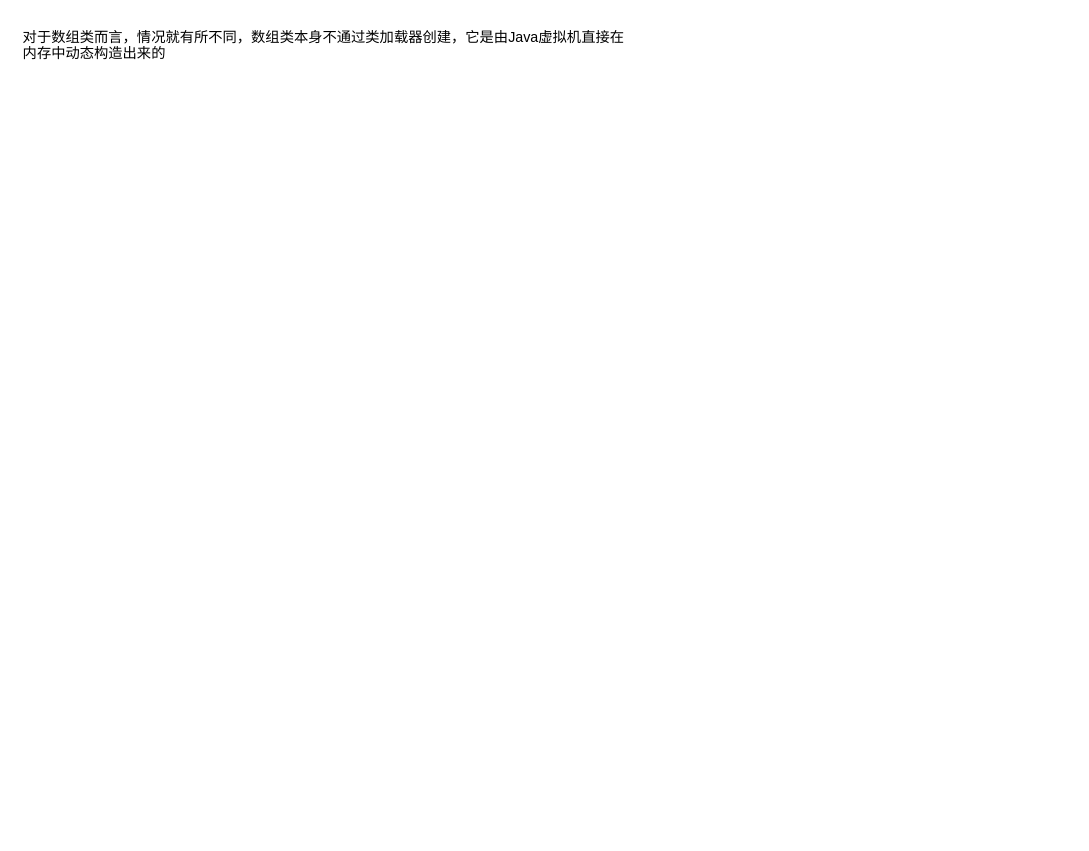
Before: 图解 Java类的加载过程/图解 Java类的加载过程.drawio in zero-97/picture-of-the-article, a draw.io diagram. Source tidied: cells renumbered, new cells numbered last; positions are measured from the earlier drawing's top-left corner, leaving out a move shared by most shapes. Both pictures are drawn from the tidied source at 119%, with x=0, y=0 at pixel (20, 20).
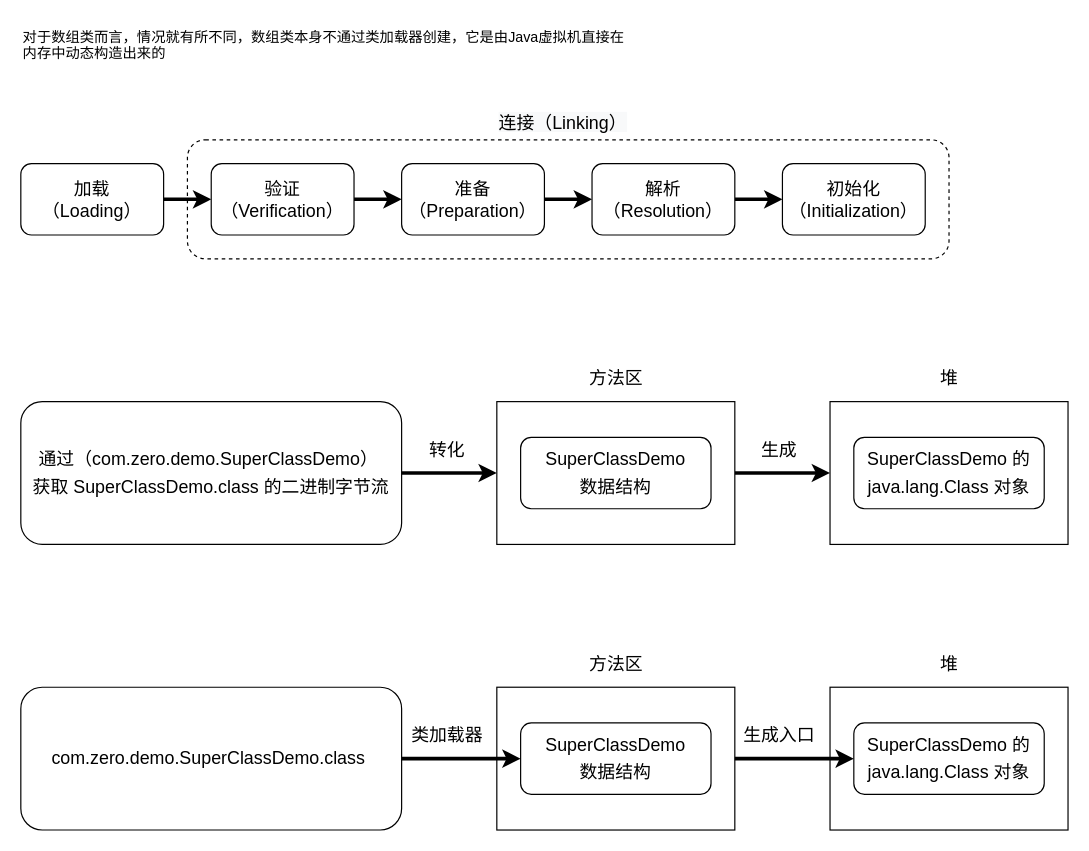
The same diagram, later.

Commit message:
Update 图解 Java类的加载过程.drawio

What changed in the source:
```diff
@@
+    <mxCell id="3" style="rounded=1;whiteSpace=wrap;html=1;fontSize=15;dashed=1;" parent="1" vertex="1">
+      <mxGeometry x="140" y="100" width="640" height="100" as="geometry" />
+    </mxCell>
@@
+    <mxCell id="4" style="edgeStyle=orthogonalEdgeStyle;rounded=0;jettySize=auto;html=1;fontSize=15;strokeWidth=3;" parent="1" edge="1" source="5" target="7">
+      <mxGeometry relative="1" as="geometry" />
+    </mxCell>
+    <mxCell id="5" value="&lt;font style=&quot;font-size: 15px&quot;&gt;加载&lt;br&gt;（Loading）&lt;/font&gt;" style="rounded=1;whiteSpace=wrap;html=1;" parent="1" vertex="1">
+      <mxGeometry y="120" width="120" height="60" as="geometry" />
+    </mxCell>
+    <mxCell id="6" style="edgeStyle=orthogonalEdgeStyle;rounded=0;jettySize=auto;html=1;fontSize=15;strokeWidth=3;" parent="1" edge="1" source="7" target="9">
+      <mxGeometry relative="1" as="geometry" />
+    </mxCell>
+    <mxCell id="7" value="&lt;font style=&quot;font-size: 15px&quot;&gt;验证&lt;br&gt;（Verification）&lt;/font&gt;" style="rounded=1;whiteSpace=wrap;html=1;" parent="1" vertex="1">
+      <mxGeometry x="160" y="120" width="120" height="60" as="geometry" />
+    </mxCell>
+    <mxCell id="8" style="edgeStyle=orthogonalEdgeStyle;rounded=0;jettySize=auto;html=1;fontSize=15;strokeWidth=3;" parent="1" edge="1" source="9" target="11">
+      <mxGeometry relative="1" as="geometry" />
+    </mxCell>
+    <mxCell id="9" value="&lt;font style=&quot;font-size: 15px&quot;&gt;准备&lt;br&gt;（Preparation）&lt;/font&gt;" style="rounded=1;whiteSpace=wrap;html=1;" parent="1" vertex="1">
+      <mxGeometry x="320" y="120" width="120" height="60" as="geometry" />
+    </mxCell>
+    <mxCell id="10" style="edgeStyle=orthogonalEdgeStyle;rounded=0;jettySize=auto;html=1;fontSize=15;strokeWidth=3;" parent="1" edge="1" source="11" target="12">
+      <mxGeometry relative="1" as="geometry" />
+    </mxCell>
+    <mxCell id="11" value="&lt;font style=&quot;font-size: 15px&quot;&gt;解析&lt;br&gt;（Resolution）&lt;/font&gt;" style="rounded=1;whiteSpace=wrap;html=1;" parent="1" vertex="1">
+      <mxGeometry x="480" y="120" width="120" height="60" as="geometry" />
+    </mxCell>
+    <mxCell id="12" value="&lt;font style=&quot;font-size: 15px&quot;&gt;初始化（Initialization）&lt;/font&gt;" style="rounded=1;whiteSpace=wrap;html=1;" parent="1" vertex="1">
+      <mxGeometry x="640" y="120" width="120" height="60" as="geometry" />
+    </mxCell>
+    <mxCell id="13" value="&lt;span style=&quot;color: rgb(0 , 0 , 0) ; font-family: &amp;#34;helvetica&amp;#34; ; font-size: 15px ; font-style: normal ; font-weight: 400 ; letter-spacing: normal ; text-align: center ; text-indent: 0px ; text-transform: none ; word-spacing: 0px ; background-color: rgb(248 , 249 , 250) ; display: inline ; float: none&quot;&gt;连接（Linking）&lt;/span&gt;" style="text;whiteSpace=wrap;html=1;fontSize=15;" parent="1" vertex="1">
+      <mxGeometry x="400" y="70" width="120" height="30" as="geometry" />
+    </mxCell>
+    <mxCell id="14" style="edgeStyle=orthogonalEdgeStyle;rounded=0;jettySize=auto;html=1;fontSize=15;strokeWidth=3;entryX=0;entryY=0.5;entryDx=0;entryDy=0;" parent="1" edge="1" source="15" target="19">
+      <mxGeometry relative="1" as="geometry" />
+    </mxCell>
+    <mxCell id="15" value="&lt;p style=&quot;line-height: 1.5&quot;&gt;通过（com.zero.demo.SuperClassDemo）&amp;nbsp;&lt;br&gt;获取 SuperClassDemo.class 的二进制字节流&lt;/p&gt;" style="rounded=1;whiteSpace=wrap;html=1;fontSize=15;verticalAlign=middle;" parent="1" vertex="1">
+      <mxGeometry y="320" width="320" height="120" as="geometry" />
+    </mxCell>
+    <mxCell id="16" value="转化" style="text;html=1;align=center;verticalAlign=middle;strokeColor=none;fillColor=none;fontSize=15;" parent="1" vertex="1">
+      <mxGeometry x="333" y="350" width="50" height="20" as="geometry" />
+    </mxCell>
+    <mxCell id="17" value="方法区" style="text;html=1;align=center;verticalAlign=middle;strokeColor=none;fillColor=none;fontSize=15;" parent="1" vertex="1">
+      <mxGeometry x="470" y="290" width="60" height="20" as="geometry" />
+    </mxCell>
+    <mxCell id="18" style="edgeStyle=orthogonalEdgeStyle;rounded=0;jettySize=auto;html=1;fontSize=15;strokeWidth=3;entryX=0;entryY=0.5;entryDx=0;entryDy=0;" parent="1" edge="1" source="19" target="21">
+      <mxGeometry relative="1" as="geometry" />
+    </mxCell>
+    <mxCell id="19" style="rounded=0;whiteSpace=wrap;html=1;fontSize=15;" parent="1" vertex="1">
+      <mxGeometry x="400" y="320" width="200" height="120" as="geometry" />
+    </mxCell>
+    <mxCell id="20" value="&lt;p style=&quot;line-height: 1.5&quot;&gt;SuperClassDemo&lt;br&gt;数据结构&lt;/p&gt;" style="rounded=1;whiteSpace=wrap;html=1;fontSize=15;verticalAlign=middle;" parent="1" vertex="1">
+      <mxGeometry x="420" y="350" width="160" height="60" as="geometry" />
+    </mxCell>
+    <mxCell id="21" style="rounded=0;whiteSpace=wrap;html=1;fontSize=15;" parent="1" vertex="1">
+      <mxGeometry x="680" y="320" width="200" height="120" as="geometry" />
+    </mxCell>
+    <mxCell id="22" value="堆" style="text;html=1;align=center;verticalAlign=middle;strokeColor=none;fillColor=none;fontSize=15;" parent="1" vertex="1">
+      <mxGeometry x="765" y="290" width="30" height="20" as="geometry" />
+    </mxCell>
+    <mxCell id="23" value="&lt;p style=&quot;line-height: 1.5&quot;&gt;SuperClassDemo 的&lt;br&gt;java.lang.Class 对象&lt;/p&gt;" style="rounded=1;whiteSpace=wrap;html=1;fontSize=15;verticalAlign=middle;" parent="1" vertex="1">
+      <mxGeometry x="700" y="350" width="160" height="60" as="geometry" />
+    </mxCell>
+    <mxCell id="24" value="生成" style="text;html=1;align=center;verticalAlign=middle;strokeColor=none;fillColor=none;fontSize=15;" parent="1" vertex="1">
+      <mxGeometry x="612" y="350" width="50" height="20" as="geometry" />
+    </mxCell>
+    <mxCell id="25" value="&lt;p style=&quot;line-height: 1.5&quot;&gt;com.zero.demo.SuperClassDemo.class&amp;nbsp;&lt;/p&gt;" style="rounded=1;whiteSpace=wrap;html=1;fontSize=15;verticalAlign=middle;" parent="1" vertex="1">
+      <mxGeometry y="560" width="320" height="120" as="geometry" />
+    </mxCell>
+    <mxCell id="26" value="类加载器" style="text;html=1;align=center;verticalAlign=middle;strokeColor=none;fillColor=none;fontSize=15;" parent="1" vertex="1">
+      <mxGeometry x="318" y="590" width="80" height="20" as="geometry" />
+    </mxCell>
+    <mxCell id="27" value="方法区" style="text;html=1;align=center;verticalAlign=middle;strokeColor=none;fillColor=none;fontSize=15;" parent="1" vertex="1">
+      <mxGeometry x="470" y="530" width="60" height="20" as="geometry" />
+    </mxCell>
+    <mxCell id="28" style="rounded=0;whiteSpace=wrap;html=1;fontSize=15;" parent="1" vertex="1">
+      <mxGeometry x="400" y="560" width="200" height="120" as="geometry" />
+    </mxCell>
+    <mxCell id="29" value="&lt;p style=&quot;line-height: 1.5&quot;&gt;SuperClassDemo&lt;br&gt;数据结构&lt;/p&gt;" style="rounded=1;whiteSpace=wrap;html=1;fontSize=15;verticalAlign=middle;" parent="1" vertex="1">
+      <mxGeometry x="420" y="590" width="160" height="60" as="geometry" />
+    </mxCell>
+    <mxCell id="30" style="rounded=0;whiteSpace=wrap;html=1;fontSize=15;" parent="1" vertex="1">
+      <mxGeometry x="680" y="560" width="200" height="120" as="geometry" />
+    </mxCell>
+    <mxCell id="31" value="堆" style="text;html=1;align=center;verticalAlign=middle;strokeColor=none;fillColor=none;fontSize=15;" parent="1" vertex="1">
+      <mxGeometry x="765" y="530" width="30" height="20" as="geometry" />
+    </mxCell>
+    <mxCell id="32" value="&lt;p style=&quot;line-height: 1.5&quot;&gt;SuperClassDemo 的&lt;br&gt;java.lang.Class 对象&lt;/p&gt;" style="rounded=1;whiteSpace=wrap;html=1;fontSize=15;verticalAlign=middle;" parent="1" vertex="1">
+      <mxGeometry x="700" y="590" width="160" height="60" as="geometry" />
+    </mxCell>
+    <mxCell id="33" value="生成入口" style="text;html=1;align=center;verticalAlign=middle;strokeColor=none;fillColor=none;fontSize=15;" parent="1" vertex="1">
+      <mxGeometry x="597" y="590" width="80" height="20" as="geometry" />
+    </mxCell>
+    <mxCell id="34" style="edgeStyle=orthogonalEdgeStyle;rounded=0;jettySize=auto;html=1;fontSize=15;strokeWidth=3;entryX=0;entryY=0.5;entryDx=0;entryDy=0;" parent="1" edge="1" source="25" target="29">
+      <mxGeometry relative="1" as="geometry" />
+    </mxCell>
+    <mxCell id="35" style="edgeStyle=orthogonalEdgeStyle;rounded=0;jettySize=auto;html=1;fontSize=15;strokeWidth=3;entryX=0;entryY=0.5;entryDx=0;entryDy=0;" parent="1" edge="1" source="28" target="32">
+      <mxGeometry relative="1" as="geometry" />
+    </mxCell>
```
